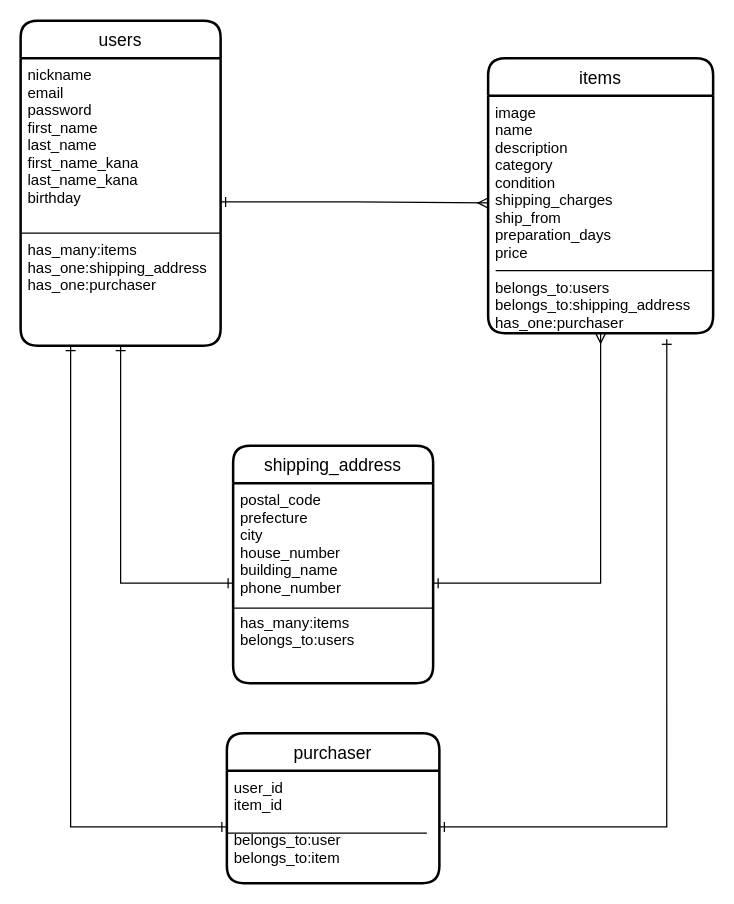
Above: furima.dio in ryo1997/furima-29800 (draw.io), before the change. Source tidied: cells renumbered, new cells numbered last; positions are measured from the earlier drawing's top-left corner, leaving out a move shared by most shapes. Both pictures are drawn from the tidied source at 125%, with x=0, y=0 at pixel (20, 20).
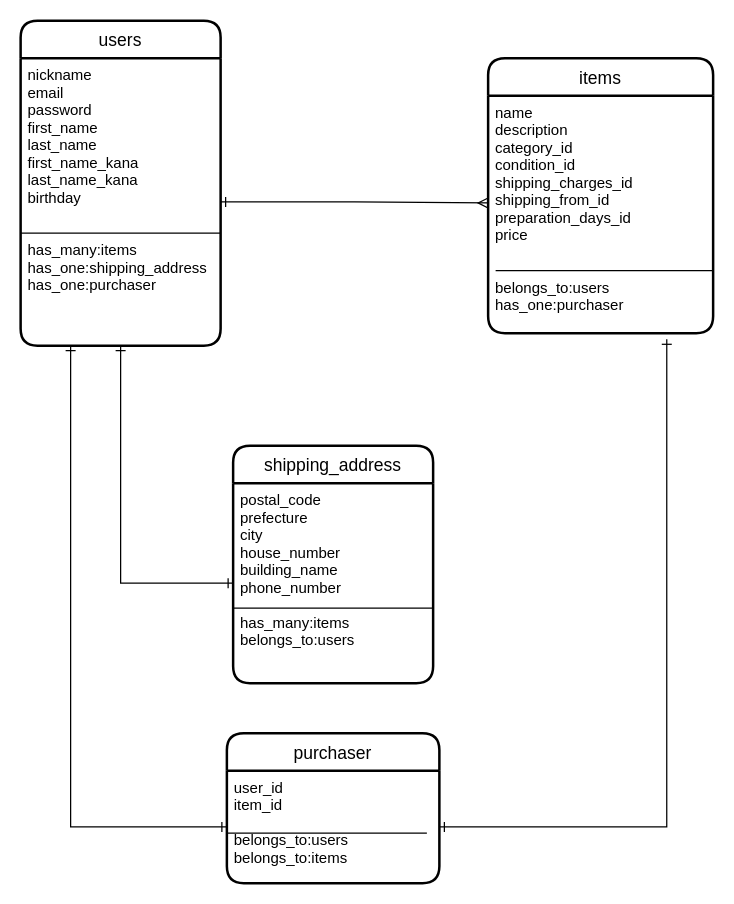
The same diagram, later.

Commit message (it also covers changes not shown here):
has_oneを用いてアソシエーション記述

Unchanged cells that the change refers to:
```xml
<mxCell id="8" value="postal_code&#10;prefecture&#10;city&#10;house_number&#10;building_name&#10;phone_number&#10;&#10;has_many:items&#10;belongs_to:users&#10;&#10;" style="align=left;strokeColor=none;fillColor=none;spacingLeft=4;fontSize=12;verticalAlign=top;" parent="7" vertex="1">
  <mxGeometry y="30" width="160" height="160" as="geometry" />
</mxCell>
<mxCell id="12" value="items" style="swimlane;horizontal=1;startSize=30;rounded=1;fontSize=14;fontStyle=0;strokeWidth=2;shadow=0;dashed=0;align=center;" parent="1" vertex="1">
  <mxGeometry x="374" y="30" width="180" height="220" as="geometry" />
</mxCell>
<mxCell id="17" value="purchaser" style="swimlane;horizontal=1;startSize=30;rounded=1;fontSize=14;fontStyle=0;strokeWidth=2;shadow=0;dashed=0;align=center;" parent="1" vertex="1">
  <mxGeometry x="165" y="570" width="170" height="120" as="geometry" />
</mxCell>
```

Diff of the diagram source:
```diff
@@
-    <mxCell id="11" style="edgeStyle=orthogonalEdgeStyle;rounded=0;jettySize=auto;html=1;exitX=1;exitY=0.5;exitDx=0;exitDy=0;entryX=0.5;entryY=1;entryDx=0;entryDy=0;startArrow=ERone;startFill=0;endArrow=ERmany;endFill=0;" parent="1" edge="1" source="8" target="13">
-      <mxGeometry relative="1" as="geometry" />
-    </mxCell>
@@
-    <mxCell id="13" value="image&#10;name &#10;description&#10;category&#10;condition&#10;shipping_charges&#10;ship_from&#10;preparation_days&#10;price&#10;&#10;belongs_to:users&#10;belongs_to:shipping_address&#10;has_one:purchaser" style="align=left;strokeColor=none;fillColor=none;spacingLeft=4;fontSize=12;verticalAlign=top;" parent="12" vertex="1">
+    <mxCell id="13" value="name &#10;description&#10;category_id&#10;condition_id&#10;shipping_charges_id&#10;shipping_from_id&#10;preparation_days_id&#10;price&#10;&#10;&#10;belongs_to:users&#10;has_one:purchaser" style="align=left;strokeColor=none;fillColor=none;spacingLeft=4;fontSize=12;verticalAlign=top;" parent="12" vertex="1">
       <mxGeometry y="30" width="180" height="190" as="geometry" />
     </mxCell>
@@
-    <mxCell id="18" value="user_id&#10;item_id&#10;&#10;belongs_to:user&#10;belongs_to:item" style="align=left;strokeColor=none;fillColor=none;spacingLeft=4;fontSize=12;verticalAlign=top;" parent="17" vertex="1">
+    <mxCell id="18" value="user_id&#10;item_id&#10;&#10;belongs_to:users&#10;belongs_to:items" style="align=left;strokeColor=none;fillColor=none;spacingLeft=4;fontSize=12;verticalAlign=top;" parent="17" vertex="1">
       <mxGeometry y="30" width="170" height="90" as="geometry" />
     </mxCell>
```
